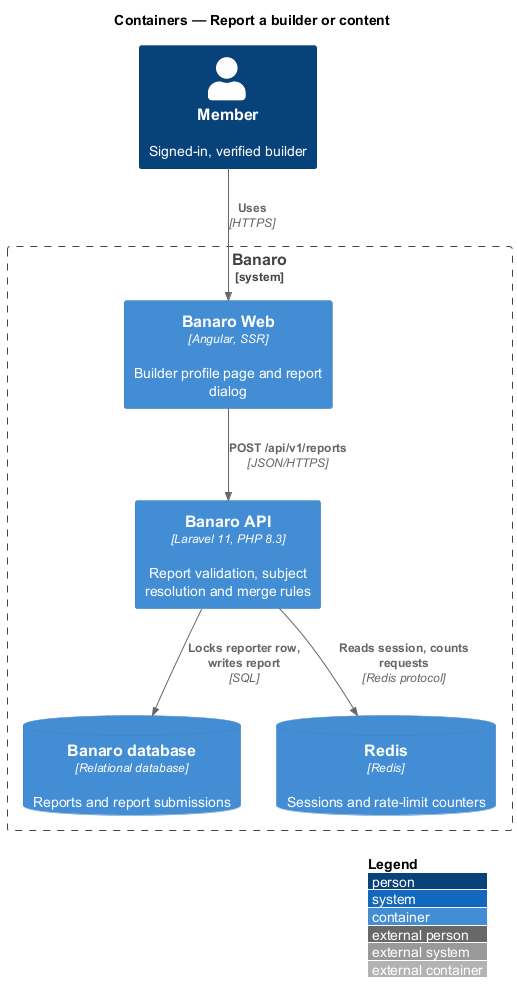
This is docs/detailed-designs/trust-and-safety/report-content/diagrams/c4-container.png from QuinntyneBrown/banaro, a PlantUML export, as it was before one commit. Source of this version:
```plantuml
@startuml
!include <C4/C4_Container>
LAYOUT_WITH_LEGEND()
title Containers — Report a builder or content

Person(member, "Member", "Signed-in, verified builder")

System_Boundary(banaro, "Banaro") {
  Container(web, "Banaro Web", "Angular, SSR", "Builder profile page and report dialog")
  Container(api, "Banaro API", "Laravel 11, PHP 8.3", "Report validation, subject resolution and merge rules")
  ContainerDb(db, "Banaro database", "Relational database", "Reports and report submissions")
  ContainerDb(redis, "Redis", "Redis", "Sessions and rate-limit counters")
}

Rel(member, web, "Uses", "HTTPS")
Rel(web, api, "POST /api/v1/reports", "JSON/HTTPS")
Rel(api, redis, "Reads session, counts requests", "Redis protocol")
Rel(api, db, "Locks reporter row, writes report", "SQL")
@enduml
```
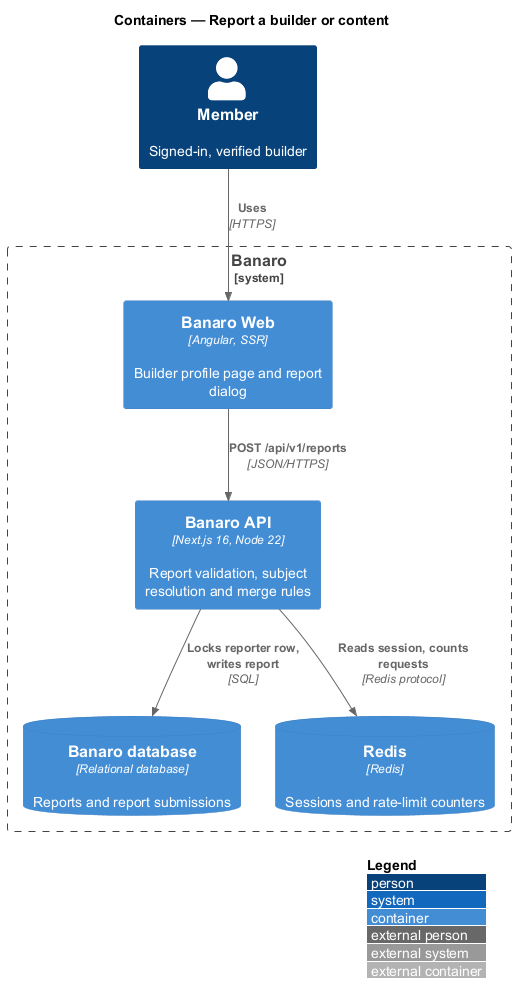
Above is the later version.

Change to the diagram source:
```diff
@@ -7,7 +7,7 @@
 
 System_Boundary(banaro, "Banaro") {
   Container(web, "Banaro Web", "Angular, SSR", "Builder profile page and report dialog")
-  Container(api, "Banaro API", "Laravel 11, PHP 8.3", "Report validation, subject resolution and merge rules")
+  Container(api, "Banaro API", "Next.js 16, Node 22", "Report validation, subject resolution and merge rules")
   ContainerDb(db, "Banaro database", "Relational database", "Reports and report submissions")
   ContainerDb(redis, "Redis", "Redis", "Sessions and rate-limit counters")
 }
```
